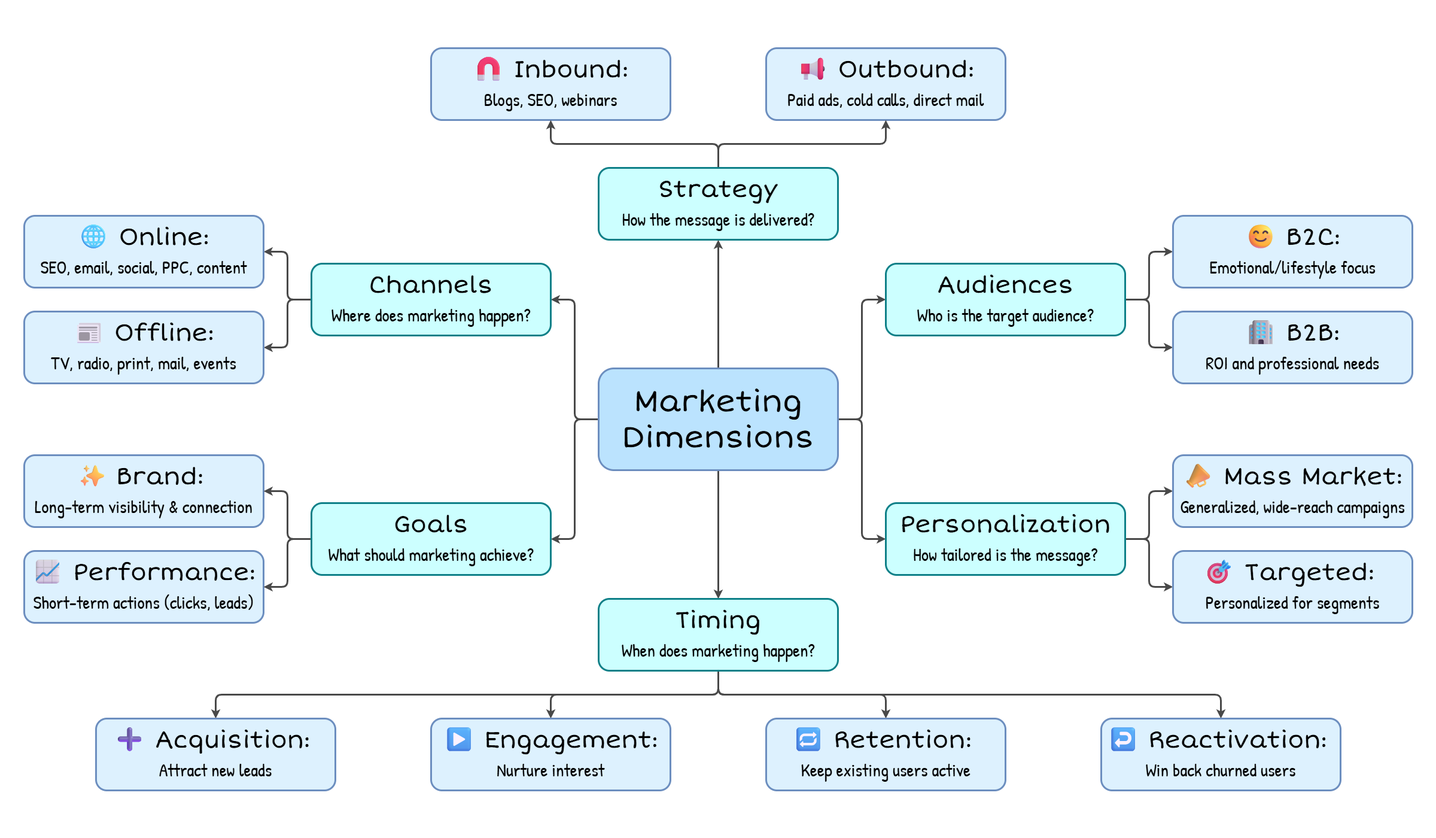
Above: chapter-05/figure-5.2.drawio.png in software-architecture-guild/modeling-software-architecture (draw.io), before the change. Source tidied: cells renumbered, new cells last; positions are measured from the earlier drawing's top-left corner, leaving out a move shared by most shapes.
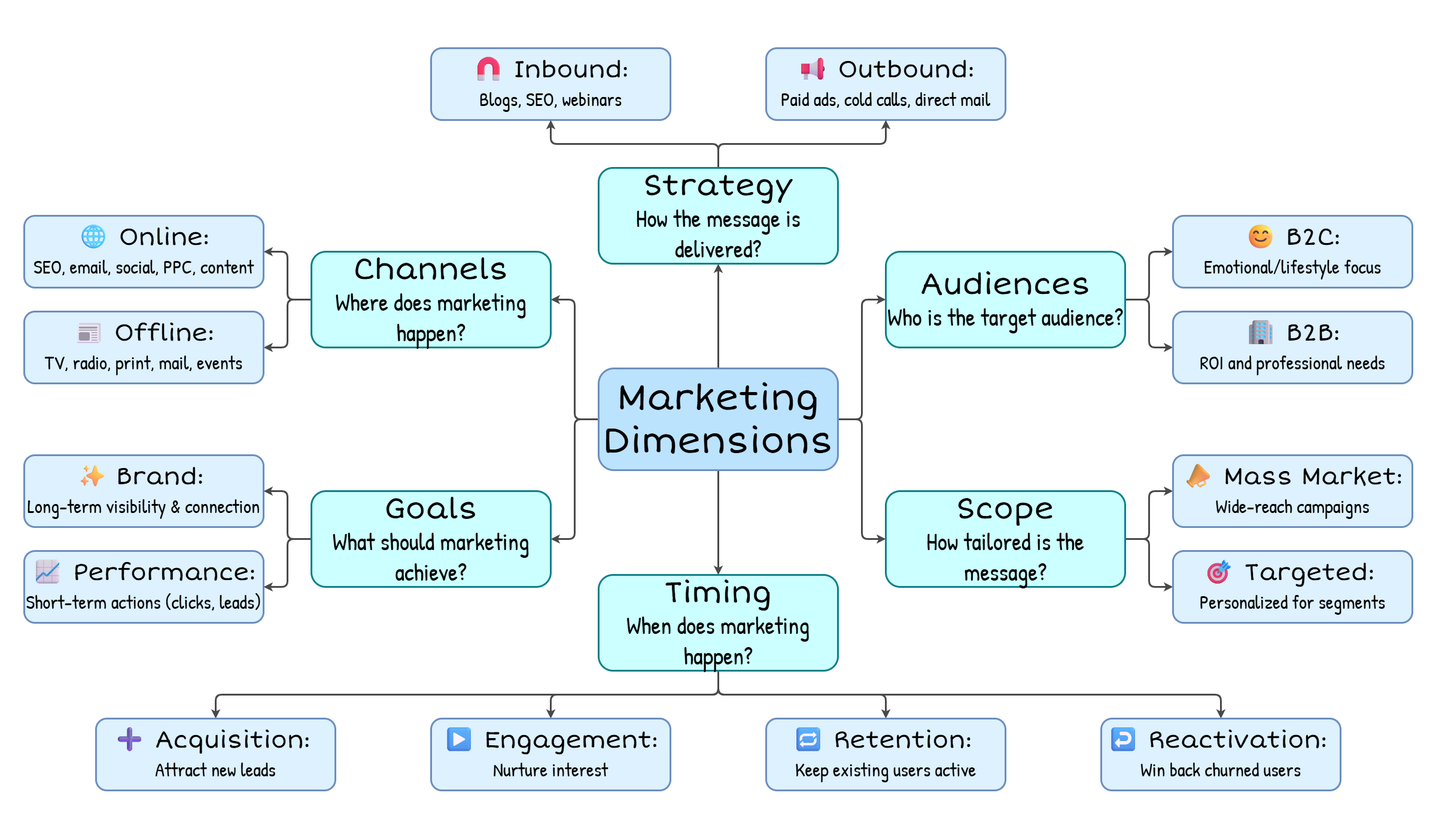
The same file after the commit.

The edit, as a diff of the source:
```diff
@@ -25,3 +25,3 @@
     </mxCell>
-    <mxCell id="9" value="Marketing Dimensions" style="rounded=1;whiteSpace=wrap;html=1;strokeWidth=3;fontFamily=Short Stack;fontSource=https%3A%2F%2Ffonts.googleapis.com%2Fcss%3Ffamily%3DShort%2BStack;fontSize=50;strokeColor=#6c8ebf;fillColor=#BBE3FE;" parent="1" vertex="1">
+    <mxCell id="9" value="Marketing Dimensions" style="rounded=1;whiteSpace=wrap;html=1;strokeWidth=3;fontFamily=Short Stack;fontSource=https%3A%2F%2Ffonts.googleapis.com%2Fcss%3Ffamily%3DShort%2BStack;fontSize=60;strokeColor=#6c8ebf;fillColor=#BBE3FE;" parent="1" vertex="1">
       <mxGeometry x="1000" y="615" width="400" height="170" as="geometry" />
@@ -34,9 +34,9 @@
     </mxCell>
-    <mxCell id="12" value="Channels&lt;br&gt;&lt;font face=&quot;Patrick Hand&quot; style=&quot;font-size: 30px;&quot;&gt;Where does marketing happen?&lt;/font&gt;" style="rounded=1;whiteSpace=wrap;html=1;strokeWidth=3;fontFamily=Short Stack;fontSource=https%3A%2F%2Ffonts.googleapis.com%2Fcss%3Ffamily%3DShort%2BStack;fontSize=40;strokeColor=#0e8088;fillColor=#CCFFFF;" parent="1" vertex="1">
-      <mxGeometry x="520" y="440" width="400" height="120" as="geometry" />
+    <mxCell id="12" value="&lt;font style=&quot;&quot;&gt;&lt;font style=&quot;font-size: 50px;&quot;&gt;Channels&lt;/font&gt;&lt;br&gt;&lt;font style=&quot;&quot; face=&quot;Patrick Hand&quot;&gt;Where does marketing happen?&lt;/font&gt;&lt;/font&gt;" style="rounded=1;whiteSpace=wrap;html=1;strokeWidth=3;fontFamily=Short Stack;fontSource=https%3A%2F%2Ffonts.googleapis.com%2Fcss%3Ffamily%3DShort%2BStack;fontSize=40;strokeColor=#0e8088;fillColor=#CCFFFF;fontColor=#000000;" parent="1" vertex="1">
+      <mxGeometry x="520" y="420" width="400" height="160" as="geometry" />
     </mxCell>
-    <mxCell id="13" value="📰 Offline:&lt;div&gt;&lt;font style=&quot;font-size: 30px;&quot; face=&quot;Patrick Hand&quot;&gt;TV, radio, print, mail, events&lt;/font&gt;&lt;/div&gt;" style="rounded=1;whiteSpace=wrap;html=1;strokeWidth=3;fontFamily=Short Stack;fontSource=https%3A%2F%2Ffonts.googleapis.com%2Fcss%3Ffamily%3DShort%2BStack;fontSize=40;strokeColor=#6c8ebf;fillColor=#DDF1FE;" parent="1" vertex="1">
+    <mxCell id="13" value="📰 Offline:&lt;div&gt;&lt;font style=&quot;font-size: 32px;&quot; face=&quot;Patrick Hand&quot;&gt;TV, radio, print, mail, events&lt;/font&gt;&lt;/div&gt;" style="rounded=1;whiteSpace=wrap;html=1;strokeWidth=3;fontFamily=Short Stack;fontSource=https%3A%2F%2Ffonts.googleapis.com%2Fcss%3Ffamily%3DShort%2BStack;fontSize=40;strokeColor=#6c8ebf;fillColor=#DDF1FE;fontColor=#000000;" parent="1" vertex="1">
       <mxGeometry x="40" y="520" width="400" height="120" as="geometry" />
     </mxCell>
-    <mxCell id="14" value="🌐 Online:&lt;br&gt;&lt;font style=&quot;font-size: 30px;&quot; face=&quot;Patrick Hand&quot;&gt;SEO, email, social, PPC, content&lt;/font&gt;" style="rounded=1;whiteSpace=wrap;html=1;strokeWidth=3;fontFamily=Short Stack;fontSource=https%3A%2F%2Ffonts.googleapis.com%2Fcss%3Ffamily%3DShort%2BStack;fontSize=40;strokeColor=#6c8ebf;fillColor=#DDF1FE;" parent="1" vertex="1">
+    <mxCell id="14" value="🌐 Online:&lt;br&gt;&lt;font style=&quot;font-size: 32px;&quot; face=&quot;Patrick Hand&quot;&gt;SEO, email, social, PPC, content&lt;/font&gt;" style="rounded=1;whiteSpace=wrap;html=1;strokeWidth=3;fontFamily=Short Stack;fontSource=https%3A%2F%2Ffonts.googleapis.com%2Fcss%3Ffamily%3DShort%2BStack;fontSize=40;strokeColor=#6c8ebf;fillColor=#DDF1FE;fontColor=#000000;" parent="1" vertex="1">
       <mxGeometry x="40" y="360" width="400" height="120" as="geometry" />
@@ -49,15 +49,15 @@
     </mxCell>
-    <mxCell id="17" value="Personalization&lt;br&gt;&lt;font style=&quot;font-size: 30px;&quot; face=&quot;Patrick Hand&quot;&gt;How tailored is the message?&lt;/font&gt;" style="rounded=1;whiteSpace=wrap;html=1;strokeWidth=3;fontFamily=Short Stack;fontSource=https%3A%2F%2Ffonts.googleapis.com%2Fcss%3Ffamily%3DShort%2BStack;fontSize=40;strokeColor=#0e8088;fillColor=#CCFFFF;" parent="1" vertex="1">
-      <mxGeometry x="1480" y="840" width="400" height="120" as="geometry" />
+    <mxCell id="17" value="&lt;font style=&quot;font-size: 50px;&quot;&gt;Scope&lt;/font&gt;&lt;br&gt;&lt;font face=&quot;Patrick Hand&quot;&gt;How tailored is the message?&lt;/font&gt;" style="rounded=1;whiteSpace=wrap;html=1;strokeWidth=3;fontFamily=Short Stack;fontSource=https%3A%2F%2Ffonts.googleapis.com%2Fcss%3Ffamily%3DShort%2BStack;fontSize=40;strokeColor=#0e8088;fillColor=#CCFFFF;fontColor=#000000;" parent="1" vertex="1">
+      <mxGeometry x="1480" y="820" width="400" height="160" as="geometry" />
     </mxCell>
-    <mxCell id="18" value="📣 Mass Market:&lt;div&gt;&lt;font style=&quot;font-size: 30px;&quot; face=&quot;Patrick Hand&quot;&gt;Generalized, wide-reach campaigns&lt;/font&gt;&lt;/div&gt;" style="rounded=1;whiteSpace=wrap;html=1;strokeWidth=3;fontFamily=Short Stack;fontSource=https%3A%2F%2Ffonts.googleapis.com%2Fcss%3Ffamily%3DShort%2BStack;fontSize=40;strokeColor=#6c8ebf;fillColor=#DDF1FE;" parent="1" vertex="1">
+    <mxCell id="18" value="&lt;font style=&quot;color: rgb(0, 0, 0);&quot;&gt;📣 Mass Market:&lt;/font&gt;&lt;div&gt;&lt;font style=&quot;font-size: 32px;&quot; face=&quot;Patrick Hand&quot;&gt;Wide-reach campaigns&lt;/font&gt;&lt;/div&gt;" style="rounded=1;whiteSpace=wrap;html=1;strokeWidth=3;fontFamily=Short Stack;fontSource=https%3A%2F%2Ffonts.googleapis.com%2Fcss%3Ffamily%3DShort%2BStack;fontSize=40;strokeColor=#6c8ebf;fillColor=#DDF1FE;" parent="1" vertex="1">
       <mxGeometry x="1960" y="760" width="400" height="120" as="geometry" />
     </mxCell>
-    <mxCell id="19" value="🎯 Targeted:&amp;nbsp;&lt;div&gt;&lt;font style=&quot;font-size: 30px;&quot; face=&quot;Patrick Hand&quot;&gt;Personalized for segments&lt;/font&gt;&lt;/div&gt;" style="rounded=1;whiteSpace=wrap;html=1;strokeWidth=3;fontFamily=Short Stack;fontSource=https%3A%2F%2Ffonts.googleapis.com%2Fcss%3Ffamily%3DShort%2BStack;fontSize=40;strokeColor=#6c8ebf;fillColor=#DDF1FE;" parent="1" vertex="1">
+    <mxCell id="19" value="🎯 Targeted:&amp;nbsp;&lt;div&gt;&lt;font style=&quot;font-size: 32px;&quot; face=&quot;Patrick Hand&quot;&gt;Personalized for segments&lt;/font&gt;&lt;/div&gt;" style="rounded=1;whiteSpace=wrap;html=1;strokeWidth=3;fontFamily=Short Stack;fontSource=https%3A%2F%2Ffonts.googleapis.com%2Fcss%3Ffamily%3DShort%2BStack;fontSize=40;strokeColor=#6c8ebf;fillColor=#DDF1FE;" parent="1" vertex="1">
       <mxGeometry x="1960" y="920" width="400" height="120" as="geometry" />
     </mxCell>
-    <mxCell id="20" value="📢 Outbound:&lt;div&gt;&lt;font style=&quot;font-size: 30px;&quot; face=&quot;Patrick Hand&quot;&gt;Paid ads, cold calls, direct mail&lt;/font&gt;&lt;/div&gt;" style="rounded=1;whiteSpace=wrap;html=1;strokeWidth=3;fontFamily=Short Stack;fontSource=https%3A%2F%2Ffonts.googleapis.com%2Fcss%3Ffamily%3DShort%2BStack;fontSize=40;strokeColor=#6c8ebf;fillColor=#DDF1FE;" parent="1" vertex="1">
+    <mxCell id="20" value="📢 Outbound:&lt;div&gt;&lt;font style=&quot;font-size: 32px;&quot; face=&quot;Patrick Hand&quot;&gt;Paid ads, cold calls, direct mail&lt;/font&gt;&lt;/div&gt;" style="rounded=1;whiteSpace=wrap;html=1;strokeWidth=3;fontFamily=Short Stack;fontSource=https%3A%2F%2Ffonts.googleapis.com%2Fcss%3Ffamily%3DShort%2BStack;fontSize=40;strokeColor=#6c8ebf;fillColor=#DDF1FE;" parent="1" vertex="1">
       <mxGeometry x="1280" y="80" width="400" height="120" as="geometry" />
     </mxCell>
-    <mxCell id="21" value="🧲 Inbound: &lt;br&gt;&lt;font style=&quot;font-size: 30px;&quot; face=&quot;Patrick Hand&quot;&gt;Blogs, SEO, webinars&lt;/font&gt;" style="rounded=1;whiteSpace=wrap;html=1;strokeWidth=3;fontFamily=Short Stack;fontSource=https%3A%2F%2Ffonts.googleapis.com%2Fcss%3Ffamily%3DShort%2BStack;fontSize=40;strokeColor=#6c8ebf;fillColor=#DDF1FE;" parent="1" vertex="1">
+    <mxCell id="21" value="🧲 Inbound: &lt;br&gt;&lt;font style=&quot;font-size: 32px;&quot; face=&quot;Patrick Hand&quot;&gt;Blogs, SEO, webinars&lt;/font&gt;" style="rounded=1;whiteSpace=wrap;html=1;strokeWidth=3;fontFamily=Short Stack;fontSource=https%3A%2F%2Ffonts.googleapis.com%2Fcss%3Ffamily%3DShort%2BStack;fontSize=40;strokeColor=#6c8ebf;fillColor=#DDF1FE;" parent="1" vertex="1">
       <mxGeometry x="720" y="80" width="400" height="120" as="geometry" />
@@ -70,9 +70,9 @@
     </mxCell>
-    <mxCell id="24" value="Strategy&lt;br&gt;&lt;font style=&quot;font-size: 30px;&quot; face=&quot;Patrick Hand&quot;&gt;How the message is delivered?&lt;/font&gt;" style="rounded=1;whiteSpace=wrap;html=1;strokeWidth=3;fontFamily=Short Stack;fontSource=https%3A%2F%2Ffonts.googleapis.com%2Fcss%3Ffamily%3DShort%2BStack;fontSize=40;strokeColor=#0e8088;fillColor=#CCFFFF;" parent="1" vertex="1">
-      <mxGeometry x="1000" y="280" width="400" height="120" as="geometry" />
+    <mxCell id="24" value="&lt;font style=&quot;font-size: 50px;&quot;&gt;Strategy&lt;/font&gt;&lt;br&gt;&lt;font face=&quot;Patrick Hand&quot;&gt;How the message is delivered?&lt;/font&gt;" style="rounded=1;whiteSpace=wrap;html=1;strokeWidth=3;fontFamily=Short Stack;fontSource=https%3A%2F%2Ffonts.googleapis.com%2Fcss%3Ffamily%3DShort%2BStack;fontSize=40;strokeColor=#0e8088;fillColor=#CCFFFF;fontColor=#000000;" parent="1" vertex="1">
+      <mxGeometry x="1000" y="280" width="400" height="160" as="geometry" />
     </mxCell>
-    <mxCell id="25" value="📈 Performance:&lt;div&gt;&lt;font style=&quot;font-size: 30px;&quot; face=&quot;Patrick Hand&quot;&gt;Short-term actions (clicks, leads)&lt;/font&gt;&lt;/div&gt;" style="rounded=1;whiteSpace=wrap;html=1;strokeWidth=3;fontFamily=Short Stack;fontSource=https%3A%2F%2Ffonts.googleapis.com%2Fcss%3Ffamily%3DShort%2BStack;fontSize=40;strokeColor=#6c8ebf;fillColor=#DDF1FE;" parent="1" vertex="1">
+    <mxCell id="25" value="📈 Performance:&lt;div&gt;&lt;font style=&quot;font-size: 32px;&quot; face=&quot;Patrick Hand&quot;&gt;Short-term actions (clicks, leads)&lt;/font&gt;&lt;/div&gt;" style="rounded=1;whiteSpace=wrap;html=1;strokeWidth=3;fontFamily=Short Stack;fontSource=https%3A%2F%2Ffonts.googleapis.com%2Fcss%3Ffamily%3DShort%2BStack;fontSize=40;strokeColor=#6c8ebf;fillColor=#DDF1FE;fontColor=#000000;" parent="1" vertex="1">
       <mxGeometry x="40" y="920" width="400" height="120" as="geometry" />
     </mxCell>
-    <mxCell id="26" value="✨&amp;nbsp;Brand:&amp;nbsp;&lt;div&gt;&lt;font style=&quot;font-size: 30px;&quot; face=&quot;Patrick Hand&quot;&gt;Long-term visibility &amp;amp; connection&lt;/font&gt;&lt;/div&gt;" style="rounded=1;whiteSpace=wrap;html=1;strokeWidth=3;fontFamily=Short Stack;fontSource=https%3A%2F%2Ffonts.googleapis.com%2Fcss%3Ffamily%3DShort%2BStack;fontSize=40;strokeColor=#6c8ebf;fillColor=#DDF1FE;" parent="1" vertex="1">
+    <mxCell id="26" value="✨&amp;nbsp;Brand:&amp;nbsp;&lt;div&gt;&lt;font style=&quot;font-size: 32px;&quot; face=&quot;Patrick Hand&quot;&gt;Long-term visibility &amp;amp; connection&lt;/font&gt;&lt;/div&gt;" style="rounded=1;whiteSpace=wrap;html=1;strokeWidth=3;fontFamily=Short Stack;fontSource=https%3A%2F%2Ffonts.googleapis.com%2Fcss%3Ffamily%3DShort%2BStack;fontSize=40;strokeColor=#6c8ebf;fillColor=#DDF1FE;fontColor=#000000;" parent="1" vertex="1">
       <mxGeometry x="40" y="760" width="400" height="120" as="geometry" />
@@ -85,4 +85,4 @@
     </mxCell>
-    <mxCell id="29" value="Goals&lt;div&gt;&lt;font style=&quot;font-size: 30px;&quot; face=&quot;Patrick Hand&quot;&gt;What should marketing achieve?&lt;/font&gt;&lt;/div&gt;" style="rounded=1;whiteSpace=wrap;html=1;strokeWidth=3;fontFamily=Short Stack;fontSource=https%3A%2F%2Ffonts.googleapis.com%2Fcss%3Ffamily%3DShort%2BStack;fontSize=40;strokeColor=#0e8088;fillColor=#CCFFFF;" parent="1" vertex="1">
-      <mxGeometry x="520" y="840" width="400" height="120" as="geometry" />
+    <mxCell id="29" value="&lt;font style=&quot;font-size: 50px;&quot;&gt;Goals&lt;/font&gt;&lt;div&gt;&lt;font style=&quot;&quot; face=&quot;Patrick Hand&quot;&gt;What should marketing achieve?&lt;/font&gt;&lt;/div&gt;" style="rounded=1;whiteSpace=wrap;html=1;strokeWidth=3;fontFamily=Short Stack;fontSource=https%3A%2F%2Ffonts.googleapis.com%2Fcss%3Ffamily%3DShort%2BStack;fontSize=40;strokeColor=#0e8088;fillColor=#CCFFFF;fontColor=#000000;" parent="1" vertex="1">
+      <mxGeometry x="520" y="820" width="400" height="160" as="geometry" />
     </mxCell>
@@ -94,9 +94,9 @@
     </mxCell>
-    <mxCell id="32" value="Audiences&lt;div&gt;&lt;font style=&quot;font-size: 30px;&quot; face=&quot;Patrick Hand&quot;&gt;Who is the target audience?&lt;/font&gt;&lt;/div&gt;" style="rounded=1;whiteSpace=wrap;html=1;strokeWidth=3;fontFamily=Short Stack;fontSource=https%3A%2F%2Ffonts.googleapis.com%2Fcss%3Ffamily%3DShort%2BStack;fontSize=40;strokeColor=#0e8088;fillColor=#CCFFFF;" parent="1" vertex="1">
-      <mxGeometry x="1480" y="440" width="400" height="120" as="geometry" />
+    <mxCell id="32" value="&lt;font style=&quot;font-size: 50px;&quot;&gt;Audiences&lt;/font&gt;&lt;div&gt;&lt;font face=&quot;Patrick Hand&quot;&gt;Who is the target audience?&lt;/font&gt;&lt;/div&gt;" style="rounded=1;whiteSpace=wrap;html=1;strokeWidth=3;fontFamily=Short Stack;fontSource=https%3A%2F%2Ffonts.googleapis.com%2Fcss%3Ffamily%3DShort%2BStack;fontSize=40;strokeColor=#0e8088;fillColor=#CCFFFF;fontColor=#000000;" parent="1" vertex="1">
+      <mxGeometry x="1480" y="420" width="400" height="160" as="geometry" />
     </mxCell>
-    <mxCell id="33" value="😊 B2C:&lt;div&gt;&lt;font style=&quot;font-size: 30px;&quot; face=&quot;Patrick Hand&quot;&gt;Emotional/lifestyle focus&lt;/font&gt;&lt;/div&gt;" style="rounded=1;whiteSpace=wrap;html=1;strokeWidth=3;fontFamily=Short Stack;fontSource=https%3A%2F%2Ffonts.googleapis.com%2Fcss%3Ffamily%3DShort%2BStack;fontSize=40;strokeColor=#6c8ebf;fillColor=#DDF1FE;" parent="1" vertex="1">
+    <mxCell id="33" value="😊 B2C:&lt;div&gt;&lt;font style=&quot;font-size: 32px;&quot; face=&quot;Patrick Hand&quot;&gt;Emotional/lifestyle focus&lt;/font&gt;&lt;/div&gt;" style="rounded=1;whiteSpace=wrap;html=1;strokeWidth=3;fontFamily=Short Stack;fontSource=https%3A%2F%2Ffonts.googleapis.com%2Fcss%3Ffamily%3DShort%2BStack;fontSize=40;strokeColor=#6c8ebf;fillColor=#DDF1FE;" parent="1" vertex="1">
       <mxGeometry x="1960" y="360" width="400" height="120" as="geometry" />
     </mxCell>
-    <mxCell id="34" value="🏢 B2B:&lt;div&gt;&lt;font style=&quot;font-size: 30px;&quot; face=&quot;Patrick Hand&quot;&gt;ROI and professional needs&lt;/font&gt;&lt;/div&gt;" style="rounded=1;whiteSpace=wrap;html=1;strokeWidth=3;fontFamily=Short Stack;fontSource=https%3A%2F%2Ffonts.googleapis.com%2Fcss%3Ffamily%3DShort%2BStack;fontSize=40;strokeColor=#6c8ebf;fillColor=#DDF1FE;" parent="1" vertex="1">
+    <mxCell id="34" value="🏢 B2B:&lt;div&gt;&lt;font style=&quot;font-size: 32px;&quot; face=&quot;Patrick Hand&quot;&gt;ROI and professional needs&lt;/font&gt;&lt;/div&gt;" style="rounded=1;whiteSpace=wrap;html=1;strokeWidth=3;fontFamily=Short Stack;fontSource=https%3A%2F%2Ffonts.googleapis.com%2Fcss%3Ffamily%3DShort%2BStack;fontSize=40;strokeColor=#6c8ebf;fillColor=#DDF1FE;" parent="1" vertex="1">
       <mxGeometry x="1960" y="520" width="400" height="120" as="geometry" />
@@ -120,15 +120,15 @@
     </mxCell>
-    <mxCell id="39" value="Timing&lt;div&gt;&lt;font style=&quot;font-size: 30px;&quot; face=&quot;Patrick Hand&quot;&gt;When does marketing happen?&lt;/font&gt;&lt;/div&gt;" style="rounded=1;whiteSpace=wrap;html=1;strokeWidth=3;fontFamily=Short Stack;fontSource=https%3A%2F%2Ffonts.googleapis.com%2Fcss%3Ffamily%3DShort%2BStack;fontSize=40;strokeColor=#0e8088;fillColor=#CCFFFF;" parent="1" vertex="1">
-      <mxGeometry x="1000" y="1000" width="400" height="120" as="geometry" />
+    <mxCell id="39" value="&lt;font style=&quot;font-size: 50px;&quot;&gt;Timing&lt;/font&gt;&lt;div&gt;&lt;font face=&quot;Patrick Hand&quot;&gt;When does marketing happen?&lt;/font&gt;&lt;/div&gt;" style="rounded=1;whiteSpace=wrap;html=1;strokeWidth=3;fontFamily=Short Stack;fontSource=https%3A%2F%2Ffonts.googleapis.com%2Fcss%3Ffamily%3DShort%2BStack;fontSize=40;strokeColor=#0e8088;fillColor=#CCFFFF;fontColor=#000000;" parent="1" vertex="1">
+      <mxGeometry x="1000" y="960" width="400" height="160" as="geometry" />
     </mxCell>
-    <mxCell id="40" value="▶️ Engagement:&lt;div&gt;&lt;font style=&quot;font-size: 30px;&quot; face=&quot;Patrick Hand&quot;&gt;Nurture interest&lt;/font&gt;&lt;/div&gt;" style="rounded=1;whiteSpace=wrap;html=1;strokeWidth=3;fontFamily=Short Stack;fontSource=https%3A%2F%2Ffonts.googleapis.com%2Fcss%3Ffamily%3DShort%2BStack;fontSize=40;strokeColor=#6c8ebf;fillColor=#DDF1FE;" parent="1" vertex="1">
+    <mxCell id="40" value="▶️ Engagement:&lt;div&gt;&lt;font style=&quot;font-size: 32px;&quot; face=&quot;Patrick Hand&quot;&gt;Nurture interest&lt;/font&gt;&lt;/div&gt;" style="rounded=1;whiteSpace=wrap;html=1;strokeWidth=3;fontFamily=Short Stack;fontSource=https%3A%2F%2Ffonts.googleapis.com%2Fcss%3Ffamily%3DShort%2BStack;fontSize=40;strokeColor=#6c8ebf;fillColor=#DDF1FE;" parent="1" vertex="1">
       <mxGeometry x="720" y="1200" width="400" height="120" as="geometry" />
     </mxCell>
-    <mxCell id="41" value="🔁 Retention:&amp;nbsp;&lt;div&gt;&lt;font style=&quot;font-size: 30px;&quot; face=&quot;Patrick Hand&quot;&gt;Keep existing users active&lt;/font&gt;&lt;/div&gt;" style="rounded=1;whiteSpace=wrap;html=1;strokeWidth=3;fontFamily=Short Stack;fontSource=https%3A%2F%2Ffonts.googleapis.com%2Fcss%3Ffamily%3DShort%2BStack;fontSize=40;strokeColor=#6c8ebf;fillColor=#DDF1FE;" parent="1" vertex="1">
+    <mxCell id="41" value="🔁 Retention:&amp;nbsp;&lt;div&gt;&lt;font style=&quot;font-size: 32px;&quot; face=&quot;Patrick Hand&quot;&gt;Keep existing users active&lt;/font&gt;&lt;/div&gt;" style="rounded=1;whiteSpace=wrap;html=1;strokeWidth=3;fontFamily=Short Stack;fontSource=https%3A%2F%2Ffonts.googleapis.com%2Fcss%3Ffamily%3DShort%2BStack;fontSize=40;strokeColor=#6c8ebf;fillColor=#DDF1FE;" parent="1" vertex="1">
       <mxGeometry x="1280" y="1200" width="400" height="120" as="geometry" />
     </mxCell>
-    <mxCell id="42" value="➕ Acquisition:&amp;nbsp;&lt;div&gt;&lt;font style=&quot;font-size: 30px;&quot; face=&quot;Patrick Hand&quot;&gt;Attract new leads&lt;/font&gt;&lt;/div&gt;" style="rounded=1;whiteSpace=wrap;html=1;strokeWidth=3;fontFamily=Short Stack;fontSource=https%3A%2F%2Ffonts.googleapis.com%2Fcss%3Ffamily%3DShort%2BStack;fontSize=40;strokeColor=#6c8ebf;fillColor=#DDF1FE;" parent="1" vertex="1">
+    <mxCell id="42" value="➕ Acquisition:&amp;nbsp;&lt;div&gt;&lt;font style=&quot;font-size: 32px;&quot; face=&quot;Patrick Hand&quot;&gt;Attract new leads&lt;/font&gt;&lt;/div&gt;" style="rounded=1;whiteSpace=wrap;html=1;strokeWidth=3;fontFamily=Short Stack;fontSource=https%3A%2F%2Ffonts.googleapis.com%2Fcss%3Ffamily%3DShort%2BStack;fontSize=40;strokeColor=#6c8ebf;fillColor=#DDF1FE;" parent="1" vertex="1">
       <mxGeometry x="160" y="1200" width="400" height="120" as="geometry" />
     </mxCell>
-    <mxCell id="43" value="↩️ Reactivation:&amp;nbsp;&lt;div&gt;&lt;font style=&quot;font-size: 30px;&quot; face=&quot;Patrick Hand&quot;&gt;Win back churned users&lt;/font&gt;&lt;/div&gt;" style="rounded=1;whiteSpace=wrap;html=1;strokeWidth=3;fontFamily=Short Stack;fontSource=https%3A%2F%2Ffonts.googleapis.com%2Fcss%3Ffamily%3DShort%2BStack;fontSize=40;strokeColor=#6c8ebf;fillColor=#DDF1FE;" parent="1" vertex="1">
+    <mxCell id="43" value="↩️ Reactivation:&amp;nbsp;&lt;div&gt;&lt;font style=&quot;font-size: 32px;&quot; face=&quot;Patrick Hand&quot;&gt;Win back churned users&lt;/font&gt;&lt;/div&gt;" style="rounded=1;whiteSpace=wrap;html=1;strokeWidth=3;fontFamily=Short Stack;fontSource=https%3A%2F%2Ffonts.googleapis.com%2Fcss%3Ffamily%3DShort%2BStack;fontSize=40;strokeColor=#6c8ebf;fillColor=#DDF1FE;" parent="1" vertex="1">
       <mxGeometry x="1840" y="1200" width="400" height="120" as="geometry" />
```
